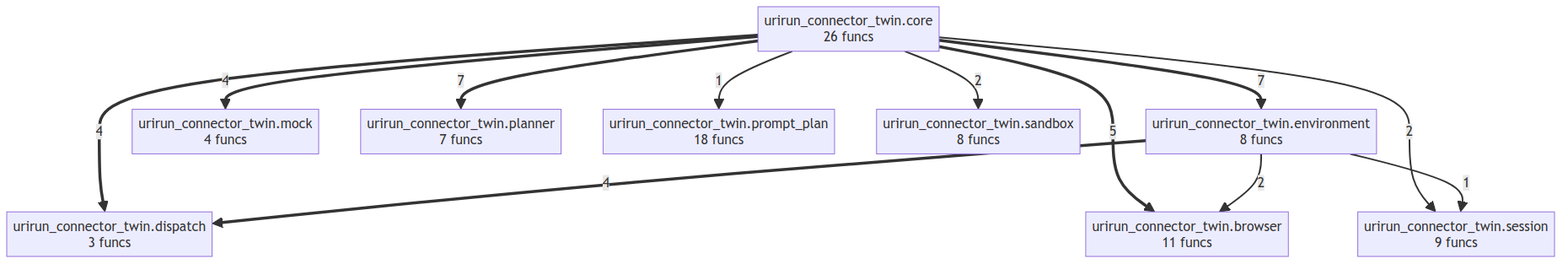
if-uri/urirun-connector-twin keeps this Mermaid diagram as project/compact_flow.png. Above is the earlier version. Its source is kept beside it as project/compact_flow.mmd.
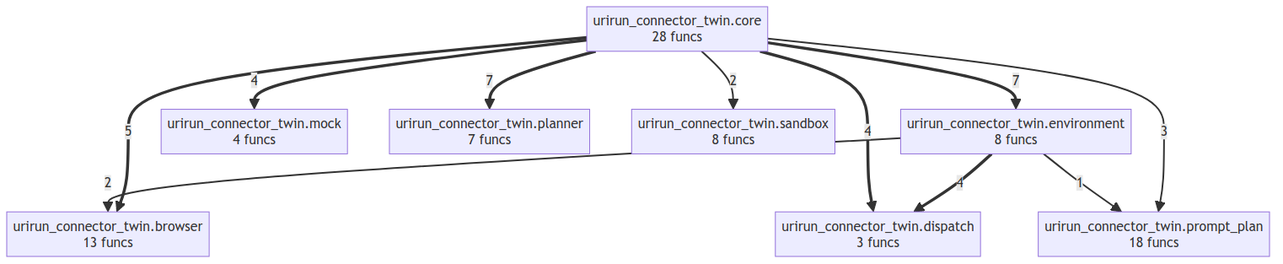
The same file after the commit.

What changed in the source:
```diff
@@ -1,21 +1,19 @@
 flowchart TD
-    urirun_connector_twin__browser["urirun_connector_twin.browser<br/>11 funcs"]
-    urirun_connector_twin__core["urirun_connector_twin.core<br/>26 funcs"]
+    urirun_connector_twin__browser["urirun_connector_twin.browser<br/>13 funcs"]
+    urirun_connector_twin__core["urirun_connector_twin.core<br/>28 funcs"]
     urirun_connector_twin__dispatch["urirun_connector_twin.dispatch<br/>3 funcs"]
     urirun_connector_twin__environment["urirun_connector_twin.environment<br/>8 funcs"]
     urirun_connector_twin__mock["urirun_connector_twin.mock<br/>4 funcs"]
     urirun_connector_twin__planner["urirun_connector_twin.planner<br/>7 funcs"]
     urirun_connector_twin__prompt_plan["urirun_connector_twin.prompt_plan<br/>18 funcs"]
     urirun_connector_twin__sandbox["urirun_connector_twin.sandbox<br/>8 funcs"]
-    urirun_connector_twin__session["urirun_connector_twin.session<br/>9 funcs"]
     urirun_connector_twin__core ==>|7| urirun_connector_twin__environment
     urirun_connector_twin__core ==>|7| urirun_connector_twin__planner
     urirun_connector_twin__core ==>|5| urirun_connector_twin__browser
+    urirun_connector_twin__environment ==>|4| urirun_connector_twin__dispatch
     urirun_connector_twin__core ==>|4| urirun_connector_twin__mock
     urirun_connector_twin__core ==>|4| urirun_connector_twin__dispatch
-    urirun_connector_twin__environment ==>|4| urirun_connector_twin__dispatch
-    urirun_connector_twin__core -->|2| urirun_connector_twin__session
+    urirun_connector_twin__core -->|3| urirun_connector_twin__prompt_plan
+    urirun_connector_twin__environment -->|2| urirun_connector_twin__browser
     urirun_connector_twin__core -->|2| urirun_connector_twin__sandbox
-    urirun_connector_twin__environment -->|2| urirun_connector_twin__browser
-    urirun_connector_twin__core -->|1| urirun_connector_twin__prompt_plan
-    urirun_connector_twin__environment -->|1| urirun_connector_twin__session
+    urirun_connector_twin__environment -->|1| urirun_connector_twin__prompt_plan
```
